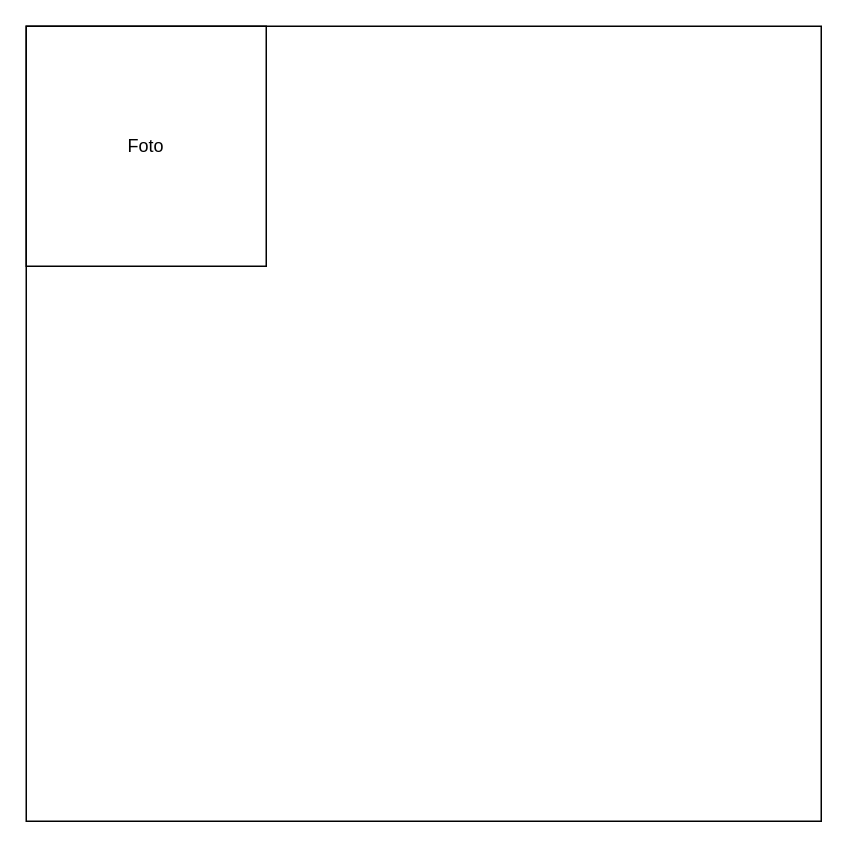
Earlier version of the draw.io diagram Diagrama sem nome.drawio (lucafxp01/Portfolio). Source tidied: cells renumbered, new cells numbered last; positions are measured from the earlier drawing's top-left corner, leaving out a move shared by most shapes. Both pictures are drawn from the tidied source at 150%, with x=0, y=0 at pixel (26, 26).
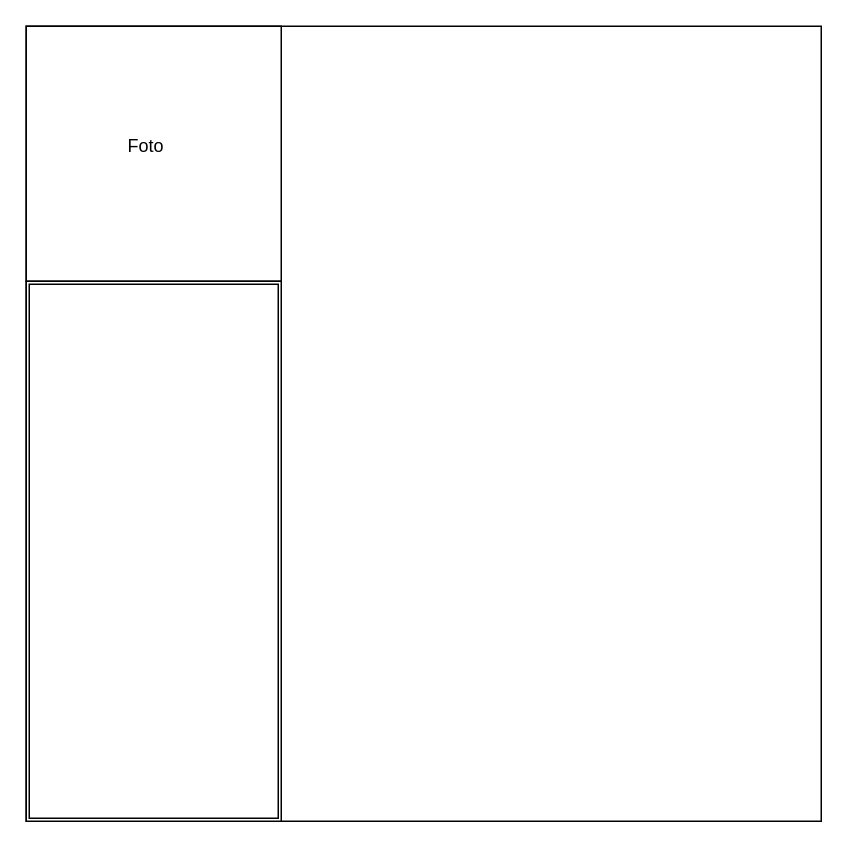
The same page after the edit.

What changed in the source:
```diff
@@
 <mxGraphModel>
   <root>
     <mxCell id="0" />
     <mxCell id="1" parent="0" />
     <mxCell id="2" style="whiteSpace=wrap;html=1;" parent="1" vertex="1">
       <mxGeometry width="530" height="530" as="geometry" />
     </mxCell>
     <mxCell id="3" style="whiteSpace=wrap;html=1;" parent="1" vertex="1">
-      <mxGeometry width="160" height="160" as="geometry" />
+      <mxGeometry width="170" height="170" as="geometry" />
     </mxCell>
     <mxCell id="4" value="Foto" style="text;strokeColor=none;align=center;fillColor=none;html=1;verticalAlign=middle;whiteSpace=wrap;rounded=0;" parent="1" vertex="1">
       <mxGeometry x="50" y="65" width="60" height="30" as="geometry" />
     </mxCell>
+    <mxCell id="5" style="shape=ext;double=1;rounded=0;whiteSpace=wrap;html=1;" parent="1" vertex="1">
+      <mxGeometry y="170" width="170" height="360" as="geometry" />
+    </mxCell>
   </root>
 </mxGraphModel>
```
